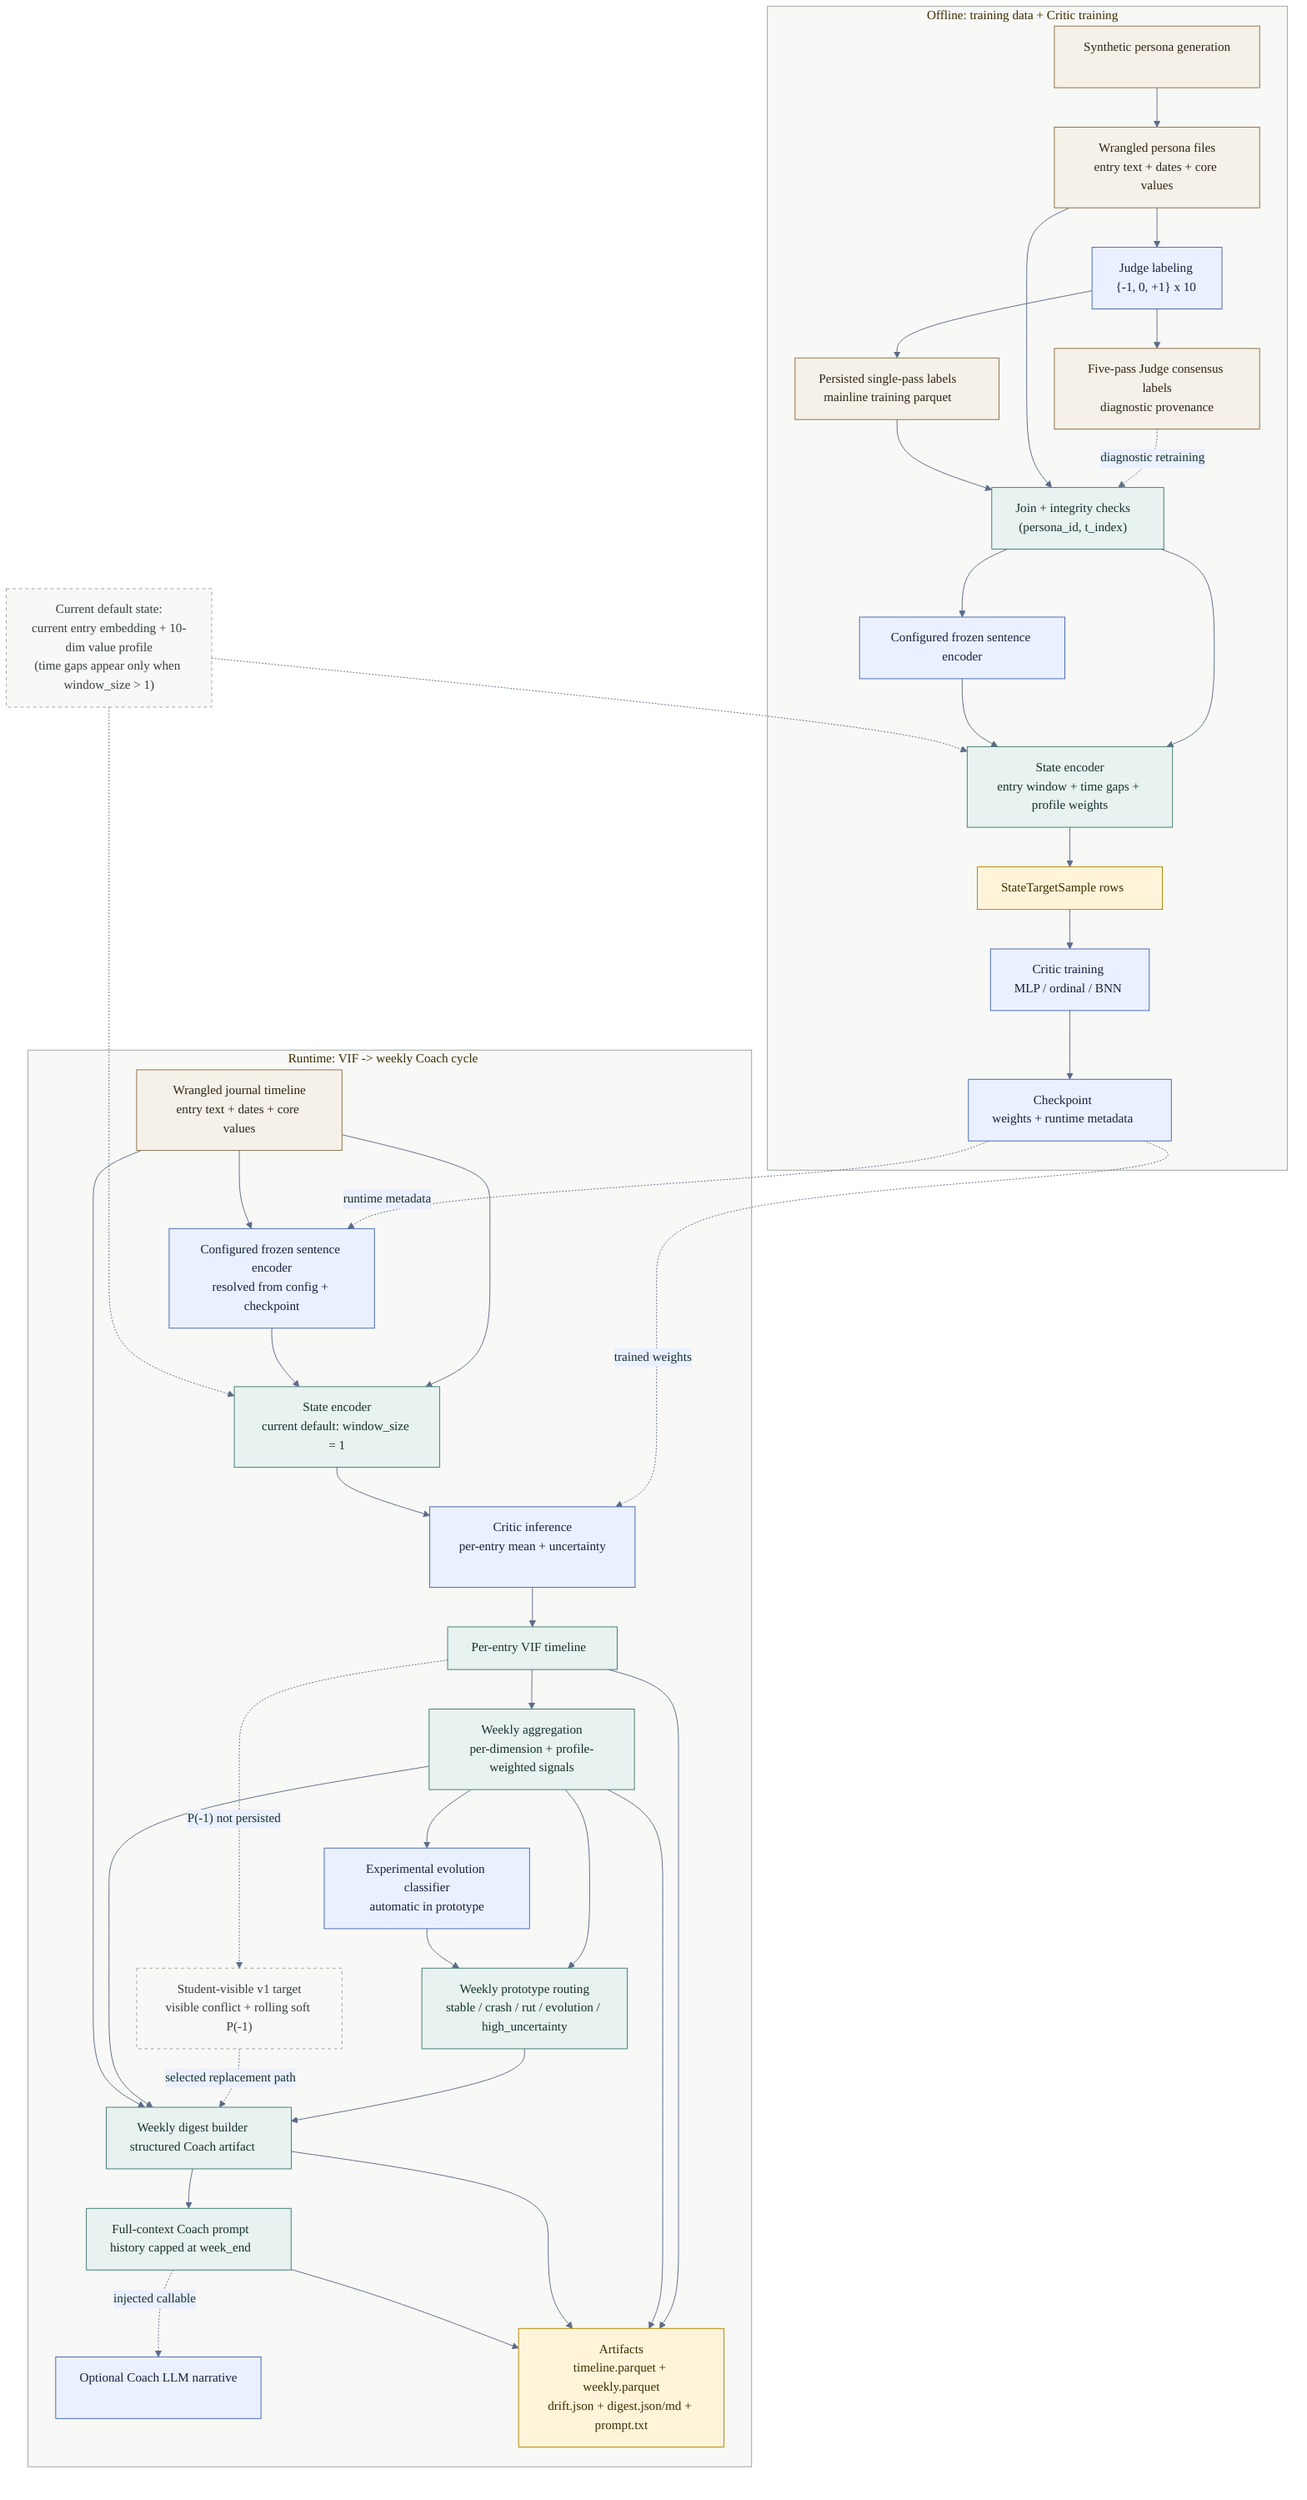
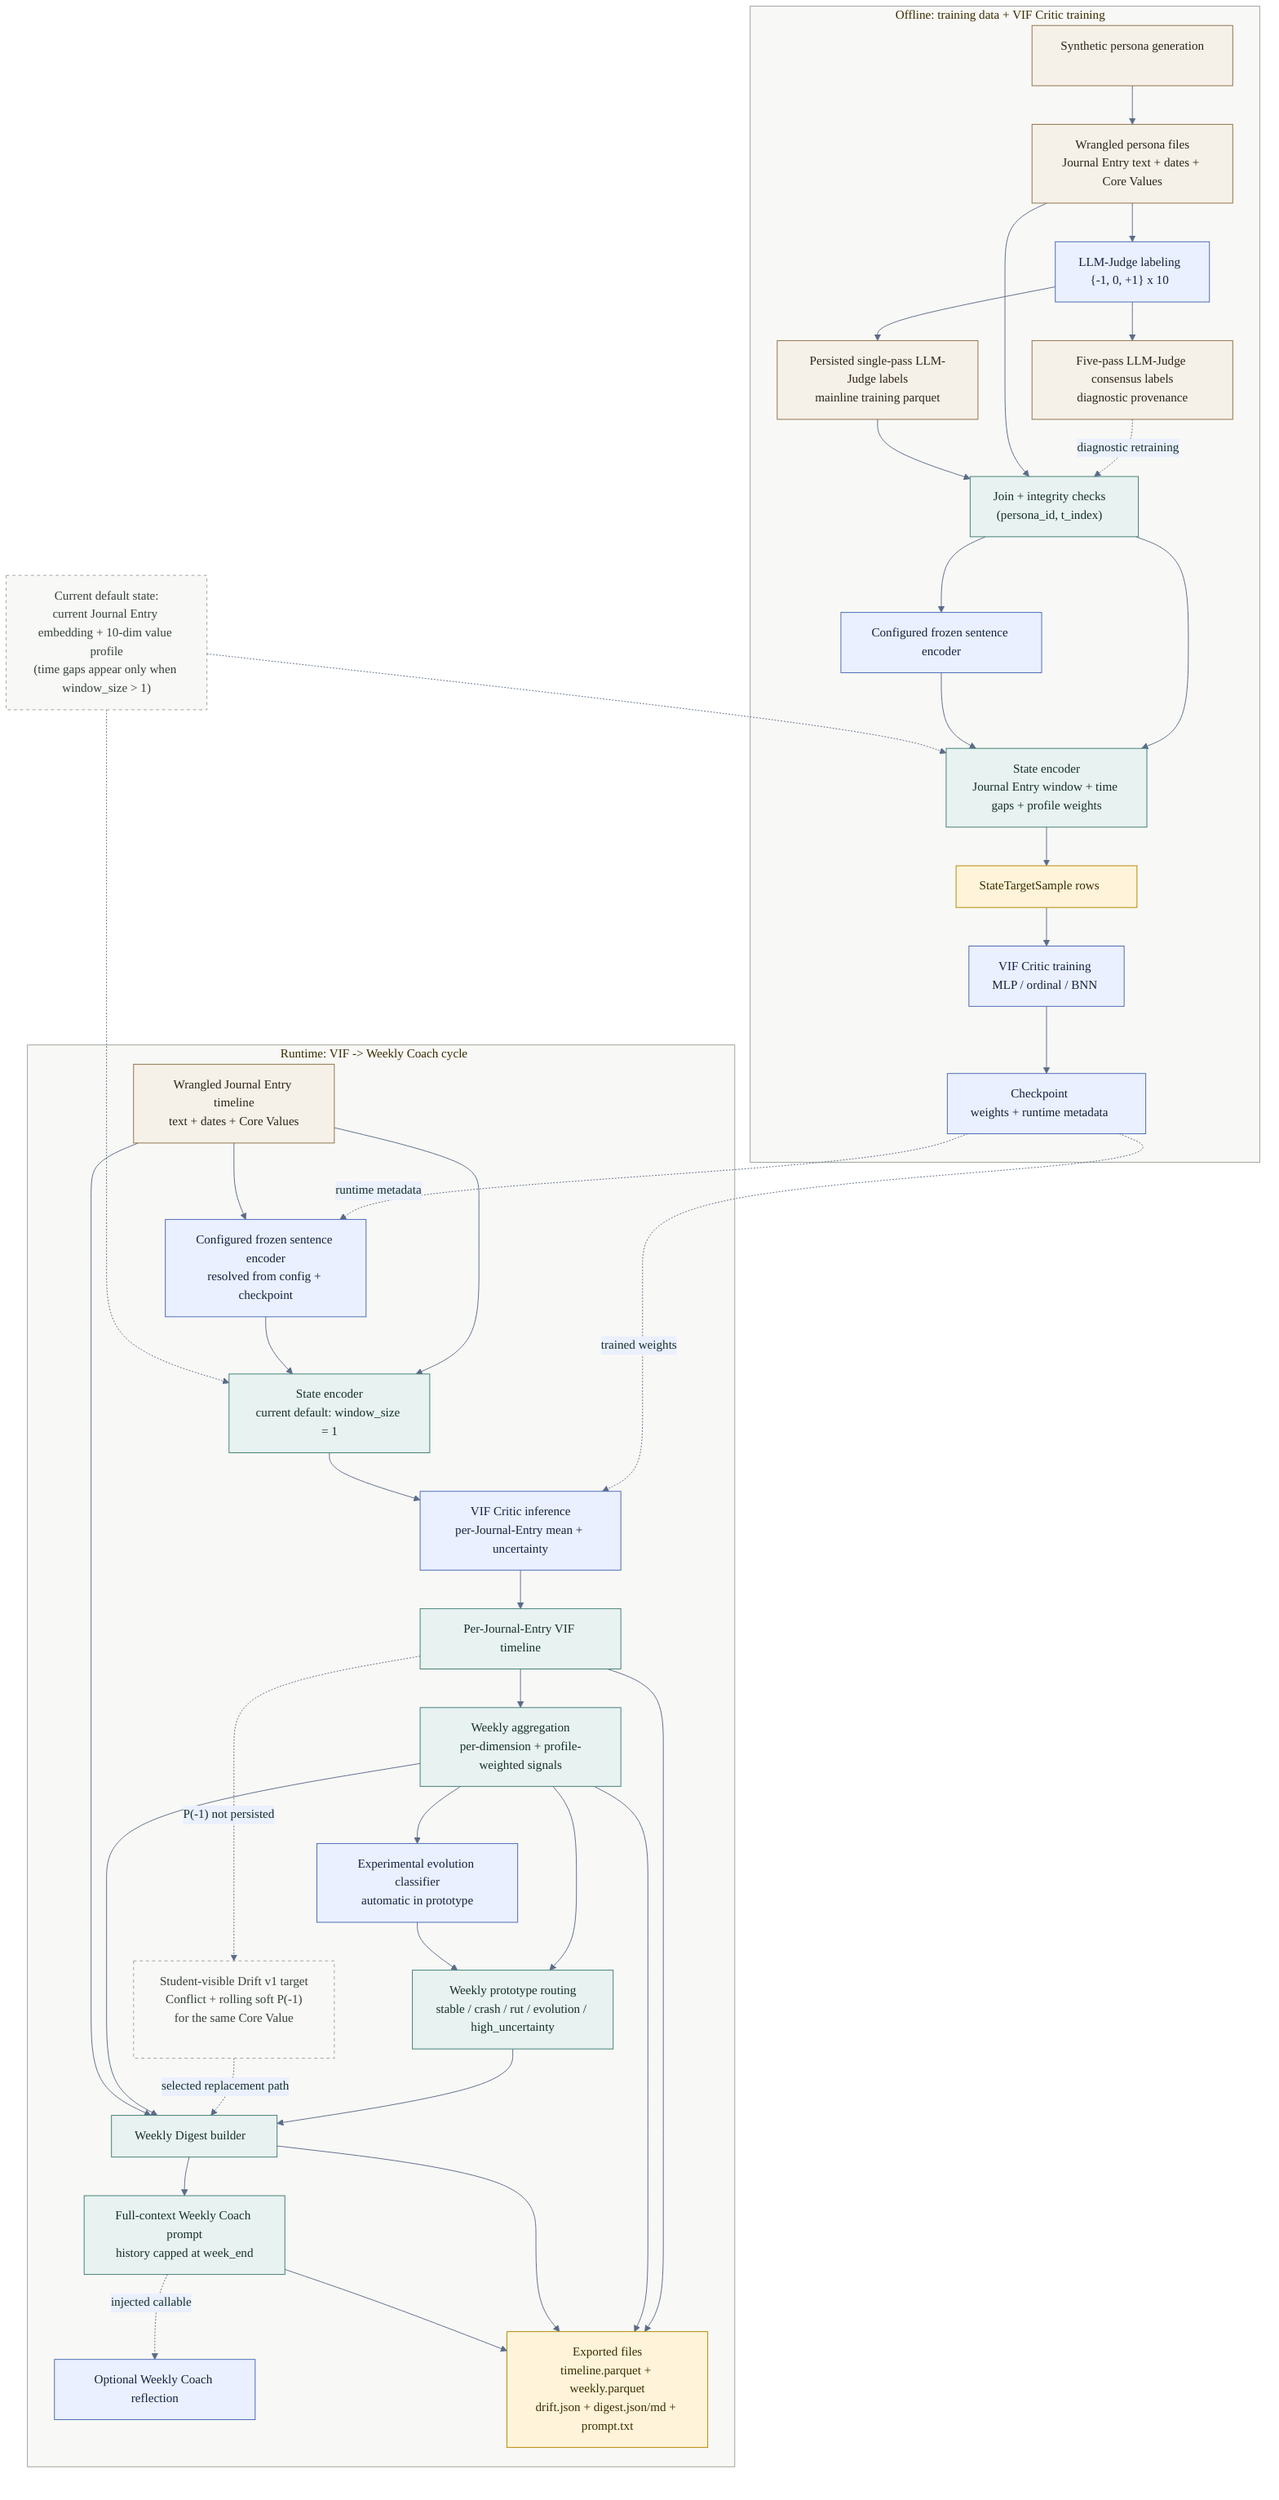
%%{init: {
  'theme': 'base',
  'themeVariables': {
    'fontFamily': 'ui-sans-serif, system-ui, sans-serif',
    'primaryColor': '#E8F2F0',
    'primaryTextColor': '#16302D',
    'primaryBorderColor': '#3F7C73',
    'lineColor': '#5B6B88',
    'secondaryColor': '#EAF0FF',
    'secondaryTextColor': '#15223E',
    'secondaryBorderColor': '#4767B3',
    'tertiaryColor': '#FFF4D9',
    'tertiaryTextColor': '#3B2C00',
    'tertiaryBorderColor': '#B38600',
    'clusterBkg': '#F8F8F6',
    'clusterBorder': '#9CA39A'
  }
}}%%
flowchart TB
    classDef data fill:#F6F1E8,stroke:#8B6F47,color:#2D2418;
    classDef process fill:#E8F2F0,stroke:#3F7C73,color:#16302D;
    classDef model fill:#EAF0FF,stroke:#4767B3,color:#15223E;
    classDef artifact fill:#FFF4D9,stroke:#B38600,color:#3B2C00;
    classDef note fill:#F8F8F6,stroke:#9CA39A,color:#36413B,stroke-dasharray: 4 4;

-     subgraph offline["Offline: training data + Critic training"]
+     subgraph offline["Offline: training data + VIF Critic training"]
        generator["Synthetic persona generation"]
-         wrangled_train["Wrangled persona files<br/>entry text + dates + core values"]
-         judge["Judge labeling<br/>{-1, 0, +1} x 10"]
-         labels["Persisted single-pass labels<br/>mainline training parquet"]
-         consensus["Five-pass Judge consensus labels<br/>diagnostic provenance"]
+         wrangled_train["Wrangled persona files<br/>Journal Entry text + dates + Core Values"]
+         judge["LLM-Judge labeling<br/>{-1, 0, +1} x 10"]
+         labels["Persisted single-pass LLM-Judge labels<br/>mainline training parquet"]
+         consensus["Five-pass LLM-Judge consensus labels<br/>diagnostic provenance"]
        merge["Join + integrity checks<br/>(persona_id, t_index)"]
        encoder_train["Configured frozen sentence encoder"]
-         state_train["State encoder<br/>entry window + time gaps + profile weights"]
+         state_train["State encoder<br/>Journal Entry window + time gaps + profile weights"]
        dataset["StateTargetSample rows"]
-         critic_train["Critic training<br/>MLP / ordinal / BNN"]
+         critic_train["VIF Critic training<br/>MLP / ordinal / BNN"]
        checkpoint["Checkpoint<br/>weights + runtime metadata"]
    end

-     subgraph runtime["Runtime: VIF -> weekly Coach cycle"]
-         wrangled_runtime["Wrangled journal timeline<br/>entry text + dates + core values"]
+     subgraph runtime["Runtime: VIF -> Weekly Coach cycle"]
+         wrangled_runtime["Wrangled Journal Entry timeline<br/>text + dates + Core Values"]
        encoder_runtime["Configured frozen sentence encoder<br/>resolved from config + checkpoint"]
        state_runtime["State encoder<br/>current default: window_size = 1"]
-         critic["Critic inference<br/>per-entry mean + uncertainty"]
-         timeline["Per-entry VIF timeline"]
+         critic["VIF Critic inference<br/>per-Journal-Entry mean + uncertainty"]
+         timeline["Per-Journal-Entry VIF timeline"]
        weekly["Weekly aggregation<br/>per-dimension + profile-weighted signals"]
        evolution["Experimental evolution classifier<br/>automatic in prototype"]
        drift["Weekly prototype routing<br/>stable / crash / rut / evolution / high_uncertainty"]
-         drift_v1["Student-visible v1 target<br/>visible conflict + rolling soft P(-1)"]
-         digest["Weekly digest builder<br/>structured Coach artifact"]
-         prompt["Full-context Coach prompt<br/>history capped at week_end"]
-         coach["Optional Coach LLM narrative"]
-         exports["Artifacts<br/>timeline.parquet + weekly.parquet<br/>drift.json + digest.json/md + prompt.txt"]
+         drift_v1["Student-visible Drift v1 target<br/>Conflict + rolling soft P(-1)<br/>for the same Core Value"]
+         digest["Weekly Digest builder"]
+         prompt["Full-context Weekly Coach prompt<br/>history capped at week_end"]
+         coach["Optional Weekly Coach reflection"]
+         exports["Exported files<br/>timeline.parquet + weekly.parquet<br/>drift.json + digest.json/md + prompt.txt"]
    end

-     default_note["Current default state:<br/>current entry embedding + 10-dim value profile<br/>(time gaps appear only when window_size > 1)"]
+     default_note["Current default state:<br/>current Journal Entry embedding + 10-dim value profile<br/>(time gaps appear only when window_size > 1)"]

    generator --> wrangled_train
    wrangled_train --> judge
    judge --> labels
    judge --> consensus
    consensus -. "diagnostic retraining" .-> merge
    wrangled_train --> merge
    labels --> merge
    merge --> encoder_train
    merge --> state_train
    encoder_train --> state_train
    state_train --> dataset
    dataset --> critic_train
    critic_train --> checkpoint

    checkpoint -. "trained weights" .-> critic
    checkpoint -. "runtime metadata" .-> encoder_runtime
    wrangled_runtime --> encoder_runtime
    wrangled_runtime --> state_runtime
    encoder_runtime --> state_runtime
    state_runtime --> critic
    critic --> timeline
    timeline --> weekly
    weekly --> drift
    weekly --> evolution --> drift
    timeline -. "P(-1) not persisted" .-> drift_v1
    drift --> digest
    drift_v1 -. "selected replacement path" .-> digest
    weekly --> digest
    wrangled_runtime --> digest
    digest --> prompt
    prompt -. "injected callable" .-> coach
    timeline --> exports
    weekly --> exports
    digest --> exports
    prompt --> exports

    default_note -.-> state_train
    default_note -.-> state_runtime

    class generator,wrangled_train,labels,consensus,wrangled_runtime data;
    class merge,state_train,state_runtime,weekly,drift,digest,prompt process;
    class judge,encoder_train,encoder_runtime,critic_train,checkpoint,critic,coach,evolution model;
    class dataset,exports artifact;
    class default_note,drift_v1 note;
